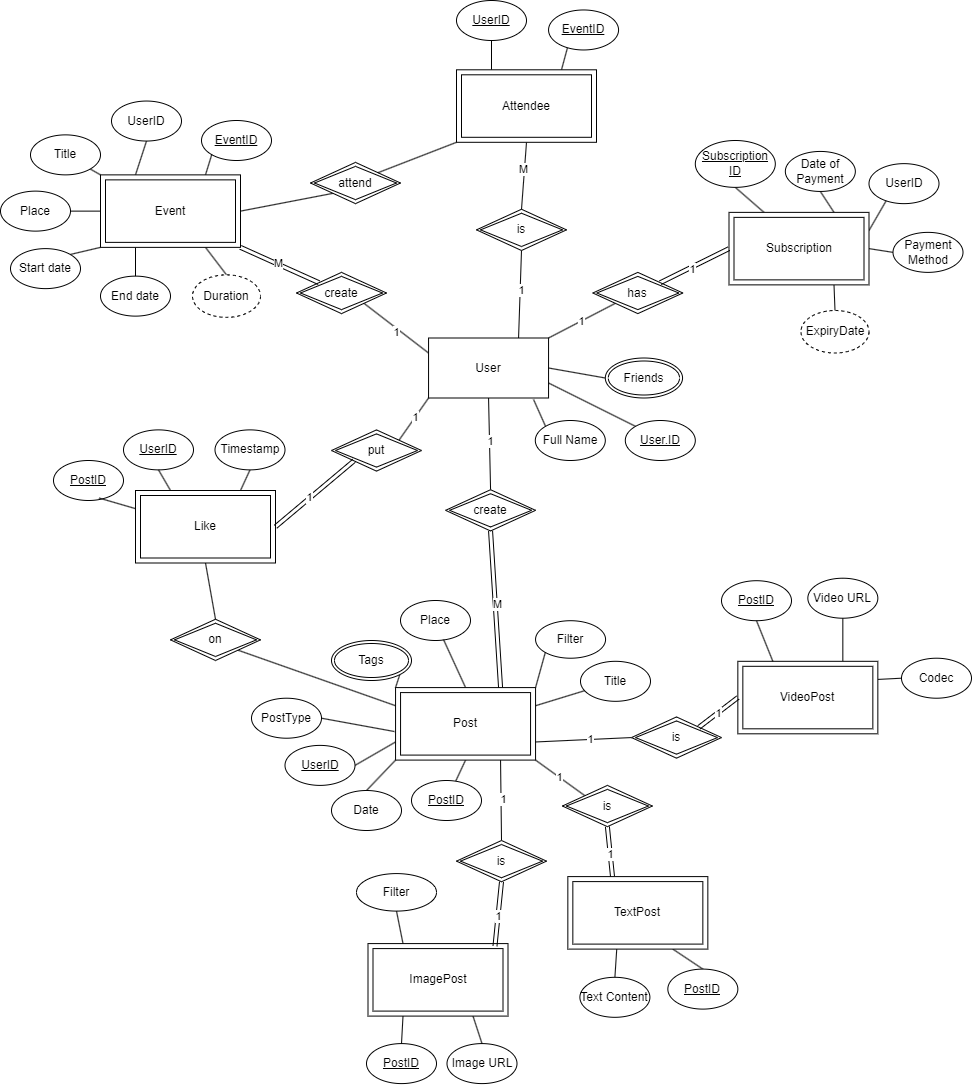
Earlier version of the draw.io export Media Platform/ERdiagram.png (OliverY1/database). Source tidied: cells renumbered, new cells last; positions are measured from the earlier drawing's top-left corner, leaving out a move shared by most shapes.
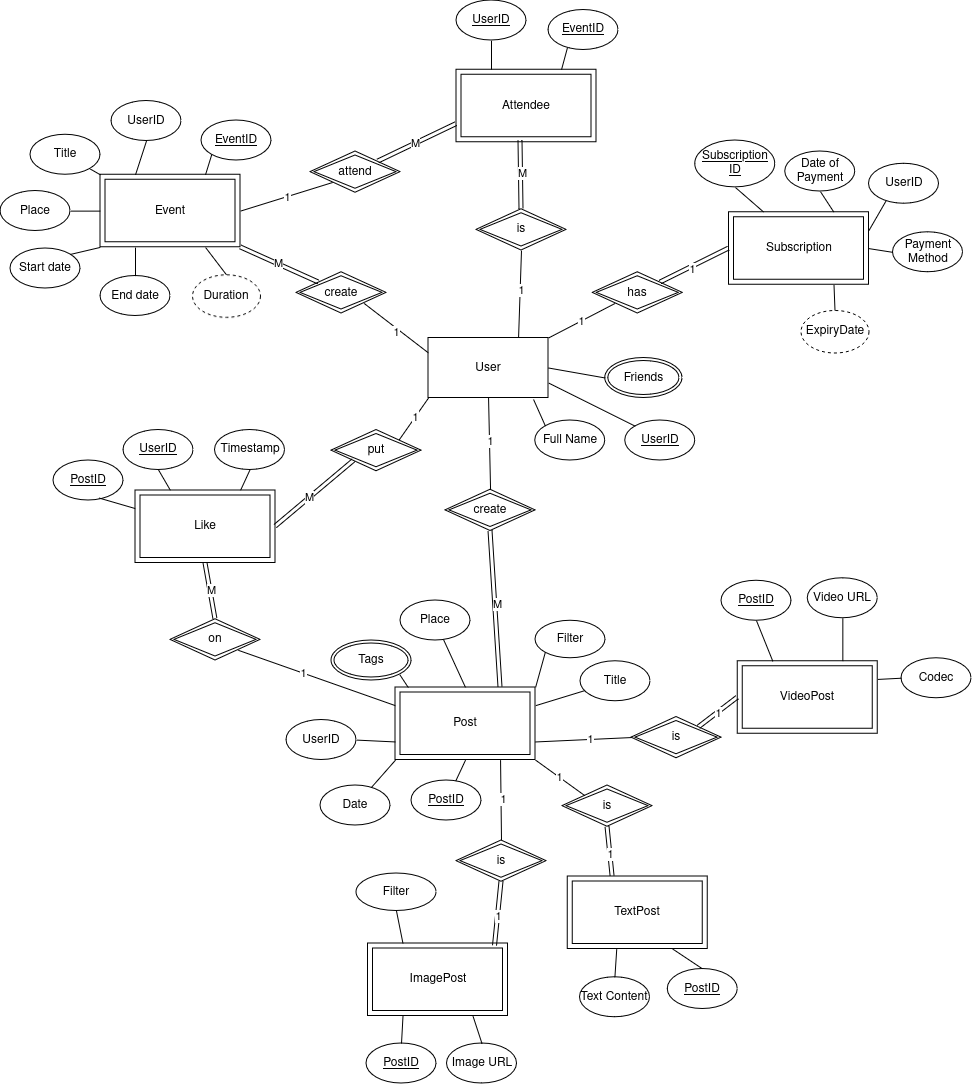
After the commit.

Change to the diagram source:
```diff
@@ -45,14 +45,6 @@
         <mxPoint x="-18" y="10" as="offset" />
       </mxGeometry>
     </mxCell>
-    <mxCell id="15" style="rounded=0;jettySize=auto;html=1;endArrow=none;endFill=0;entryX=0.5;entryY=0;entryDx=0;entryDy=0;exitX=0.5;exitY=1;exitDx=0;exitDy=0;" parent="1" edge="1" source="83" target="99">
-      <mxGeometry relative="1" as="geometry" />
-    </mxCell>
-    <mxCell id="16" value="M" style="edgeLabel;html=1;align=center;verticalAlign=middle;" parent="15" vertex="1">
-      <mxGeometry x="-0.21" y="-2" relative="1" as="geometry">
-        <mxPoint x="1" as="offset" />
-      </mxGeometry>
-    </mxCell>
     <mxCell id="17" style="rounded=0;jettySize=auto;html=1;exitX=0;exitY=1;exitDx=0;exitDy=0;endArrow=none;endFill=0;entryX=1;entryY=0;entryDx=0;entryDy=0;" parent="1" edge="1" source="21" target="101">
       <mxGeometry relative="1" as="geometry" />
     </mxCell>
@@ -85,7 +77,7 @@
     <mxCell id="26" value="Image URL" style="ellipse;whiteSpace=wrap;html=1;" parent="1" vertex="1">
       <mxGeometry x="446.5" y="1043.1" width="70" height="40" as="geometry" />
     </mxCell>
-    <mxCell id="27" value="&lt;u&gt;User.ID&lt;/u&gt;" style="ellipse;whiteSpace=wrap;html=1;" parent="1" vertex="1">
+    <mxCell id="27" value="&lt;u&gt;UserID&lt;/u&gt;" style="ellipse;whiteSpace=wrap;html=1;" parent="1" vertex="1">
       <mxGeometry x="624.8" y="420" width="70" height="40" as="geometry" />
     </mxCell>
     <mxCell id="28" value="Full Name" style="ellipse;whiteSpace=wrap;html=1;" parent="1" vertex="1">
@@ -187,32 +179,35 @@
     <mxCell id="60" style="rounded=0;jettySize=auto;html=1;exitX=0;exitY=0.75;exitDx=0;exitDy=0;entryX=1;entryY=0.5;entryDx=0;entryDy=0;endArrow=none;endFill=0;" parent="1" edge="1" source="86" target="67">
       <mxGeometry relative="1" as="geometry" />
     </mxCell>
-    <mxCell id="61" style="rounded=0;jettySize=auto;html=1;exitX=0;exitY=1;exitDx=0;exitDy=0;entryX=0.5;entryY=0;entryDx=0;entryDy=0;endArrow=none;endFill=0;" parent="1" edge="1" source="86" target="69">
+    <mxCell id="61" style="rounded=0;jettySize=auto;html=1;exitX=0;exitY=1;exitDx=0;exitDy=0;endArrow=none;endFill=0;" parent="1" edge="1" source="86" target="69">
       <mxGeometry relative="1" as="geometry" />
     </mxCell>
     <mxCell id="62" style="rounded=0;jettySize=auto;html=1;exitX=1;exitY=0.25;exitDx=0;exitDy=0;endArrow=none;endFill=0;" parent="1" edge="1" source="86" target="68">
       <mxGeometry relative="1" as="geometry" />
     </mxCell>
-    <mxCell id="63" style="rounded=0;jettySize=auto;html=1;exitX=0;exitY=0;exitDx=0;exitDy=0;endArrow=none;endFill=0;entryX=1;entryY=1;entryDx=0;entryDy=0;" parent="1" edge="1" source="86" target="92">
+    <mxCell id="63" style="rounded=0;jettySize=auto;html=1;exitX=0.1;exitY=0.026;exitDx=0;exitDy=0;endArrow=none;endFill=0;entryX=1;entryY=1;entryDx=0;entryDy=0;exitPerimeter=0;" parent="1" edge="1" source="86" target="92">
       <mxGeometry relative="1" as="geometry" />
     </mxCell>
     <mxCell id="64" style="rounded=0;jettySize=auto;html=1;exitX=0;exitY=0.25;exitDx=0;exitDy=0;endArrow=none;endFill=0;entryX=1;entryY=1;entryDx=0;entryDy=0;" parent="1" edge="1" source="86" target="100">
       <mxGeometry relative="1" as="geometry" />
     </mxCell>
+    <mxCell id="129" value="1" style="edgeLabel;html=1;align=center;verticalAlign=middle;" parent="64" vertex="1">
+      <mxGeometry x="0.17" relative="1" as="geometry" />
+    </mxCell>
     <mxCell id="65" value="Filter" style="ellipse;whiteSpace=wrap;html=1;" parent="1" vertex="1">
       <mxGeometry x="356" y="873.1" width="80" height="37.5" as="geometry" />
     </mxCell>
     <mxCell id="66" value="&lt;u&gt;PostID&lt;/u&gt;" style="ellipse;whiteSpace=wrap;html=1;" parent="1" vertex="1">
       <mxGeometry x="411" y="780" width="70" height="40" as="geometry" />
     </mxCell>
-    <mxCell id="67" value="&lt;u&gt;UserID&lt;/u&gt;" style="ellipse;whiteSpace=wrap;html=1;" parent="1" vertex="1">
-      <mxGeometry x="284.5" y="744.9" width="70" height="40" as="geometry" />
+    <mxCell id="67" value="UserID" style="ellipse;whiteSpace=wrap;html=1;" parent="1" vertex="1">
+      <mxGeometry x="286" y="719.6" width="70" height="40" as="geometry" />
     </mxCell>
     <mxCell id="68" value="Title" style="ellipse;whiteSpace=wrap;html=1;" parent="1" vertex="1">
       <mxGeometry x="580" y="660.8" width="70" height="40" as="geometry" />
     </mxCell>
     <mxCell id="69" value="Date" style="ellipse;whiteSpace=wrap;html=1;" parent="1" vertex="1">
-      <mxGeometry x="331" y="790" width="70" height="40" as="geometry" />
+      <mxGeometry x="320" y="784.9" width="70" height="40" as="geometry" />
     </mxCell>
     <mxCell id="70" value="Filter" style="ellipse;whiteSpace=wrap;html=1;" parent="1" vertex="1">
       <mxGeometry x="535.1" y="620.2" width="70" height="37.5" as="geometry" />
@@ -258,9 +253,6 @@
     <mxCell id="83" value="Attendee" style="shape=ext;margin=3;double=1;whiteSpace=wrap;html=1;align=center;" parent="1" vertex="1">
       <mxGeometry x="456" y="69.3" width="140" height="72.5" as="geometry" />
     </mxCell>
-    <mxCell id="84" style="rounded=0;jettySize=auto;html=1;exitX=0.5;exitY=1;exitDx=0;exitDy=0;entryX=0.5;entryY=0;entryDx=0;entryDy=0;endArrow=none;endFill=0;" parent="1" edge="1" source="85" target="100">
-      <mxGeometry relative="1" as="geometry" />
-    </mxCell>
     <mxCell id="85" value="Like" style="shape=ext;margin=3;double=1;whiteSpace=wrap;html=1;align=center;" parent="1" vertex="1">
       <mxGeometry x="135" y="490" width="140" height="72.5" as="geometry" />
     </mxCell>
@@ -324,13 +316,16 @@
     <mxCell id="105" style="rounded=0;jettySize=auto;html=1;exitX=0;exitY=1;exitDx=0;exitDy=0;entryX=1;entryY=0.5;entryDx=0;entryDy=0;endArrow=none;endFill=0;" parent="1" edge="1" source="106" target="124">
       <mxGeometry relative="1" as="geometry" />
     </mxCell>
+    <mxCell id="130" value="1" style="edgeLabel;html=1;align=center;verticalAlign=middle;" parent="105" vertex="1">
+      <mxGeometry x="-0.01" relative="1" as="geometry" />
+    </mxCell>
     <mxCell id="106" value="attend" style="shape=rhombus;double=1;perimeter=rhombusPerimeter;whiteSpace=wrap;html=1;align=center;" parent="1" vertex="1">
-      <mxGeometry x="310" y="161.9" width="90" height="41.3" as="geometry" />
+      <mxGeometry x="310" y="150.9" width="90" height="41.3" as="geometry" />
     </mxCell>
     <mxCell id="107" style="shape=link;html=1;rounded=0;exitX=1;exitY=0.5;exitDx=0;exitDy=0;entryX=0;entryY=1;entryDx=0;entryDy=0;" parent="1" edge="1" source="85" target="101">
       <mxGeometry relative="1" as="geometry" />
     </mxCell>
-    <mxCell id="108" value="1" style="edgeLabel;html=1;align=center;verticalAlign=middle;" parent="107" vertex="1">
+    <mxCell id="108" value="M" style="edgeLabel;html=1;align=center;verticalAlign=middle;" parent="107" vertex="1">
       <mxGeometry x="-0.11" y="1" relative="1" as="geometry" />
     </mxCell>
     <mxCell id="109" style="shape=link;html=1;rounded=0;exitX=0.75;exitY=0;exitDx=0;exitDy=0;entryX=0.5;entryY=1;entryDx=0;entryDy=0;" parent="1" edge="1" source="86" target="102">
@@ -369,9 +364,6 @@
     <mxCell id="120" value="1" style="edgeLabel;html=1;align=center;verticalAlign=middle;" parent="119" vertex="1">
       <mxGeometry x="0.04" relative="1" as="geometry" />
     </mxCell>
-    <mxCell id="121" style="rounded=0;jettySize=auto;html=1;entryX=0;entryY=1;entryDx=0;entryDy=0;endArrow=none;endFill=0;exitX=1;exitY=0;exitDx=0;exitDy=0;" parent="1" edge="1" source="106" target="83">
-      <mxGeometry relative="1" as="geometry" />
-    </mxCell>
     <mxCell id="122" style="rounded=0;jettySize=auto;html=1;exitX=0.75;exitY=0;exitDx=0;exitDy=0;entryX=0;entryY=1;entryDx=0;entryDy=0;endArrow=none;endFill=0;" parent="1" edge="1" source="124" target="42">
       <mxGeometry relative="1" as="geometry" />
     </mxCell>
@@ -381,17 +373,29 @@
     <mxCell id="124" value="Event" style="shape=ext;margin=3;double=1;whiteSpace=wrap;html=1;align=center;" parent="1" vertex="1">
       <mxGeometry x="100" y="174.4" width="140" height="72.5" as="geometry" />
     </mxCell>
-    <mxCell id="125" value="PostType" style="ellipse;whiteSpace=wrap;html=1;" parent="1" vertex="1">
-      <mxGeometry x="251" y="697.7" width="70" height="40" as="geometry" />
-    </mxCell>
-    <mxCell id="126" style="rounded=0;jettySize=auto;html=1;exitX=1;exitY=0.5;exitDx=0;exitDy=0;entryX=-0.008;entryY=0.606;entryDx=0;entryDy=0;entryPerimeter=0;endArrow=none;endFill=0;" parent="1" edge="1" source="125" target="86">
-      <mxGeometry relative="1" as="geometry" />
-    </mxCell>
     <mxCell id="127" value="Duration" style="ellipse;whiteSpace=wrap;html=1;align=center;dashed=1;" parent="1" vertex="1">
       <mxGeometry x="192" y="274.4" width="68" height="42.5" as="geometry" />
     </mxCell>
     <mxCell id="128" value="ExpiryDate" style="ellipse;whiteSpace=wrap;html=1;align=center;dashed=1;" parent="1" vertex="1">
       <mxGeometry x="800.5" y="310" width="68" height="42.5" as="geometry" />
     </mxCell>
+    <mxCell id="131" style="shape=link;html=1;rounded=0;exitX=0.5;exitY=0;exitDx=0;exitDy=0;entryX=0.457;entryY=0.975;entryDx=0;entryDy=0;entryPerimeter=0;" parent="1" edge="1" source="99" target="83">
+      <mxGeometry relative="1" as="geometry" />
+    </mxCell>
+    <mxCell id="132" value="M" style="edgeLabel;html=1;align=center;verticalAlign=middle;" parent="131" vertex="1">
+      <mxGeometry x="0.04" y="-1" relative="1" as="geometry" />
+    </mxCell>
+    <mxCell id="133" style="shape=link;html=1;rounded=0;exitX=0;exitY=0.75;exitDx=0;exitDy=0;entryX=1;entryY=0;entryDx=0;entryDy=0;" parent="1" edge="1" source="83" target="106">
+      <mxGeometry relative="1" as="geometry" />
+    </mxCell>
+    <mxCell id="134" value="M" style="edgeLabel;html=1;align=center;verticalAlign=middle;" parent="133" vertex="1">
+      <mxGeometry x="0.04" y="-1" relative="1" as="geometry" />
+    </mxCell>
+    <mxCell id="135" style="shape=link;html=1;rounded=0;exitX=0.5;exitY=0;exitDx=0;exitDy=0;entryX=0.5;entryY=1;entryDx=0;entryDy=0;" parent="1" edge="1" source="100" target="85">
+      <mxGeometry relative="1" as="geometry" />
+    </mxCell>
+    <mxCell id="136" value="M" style="edgeLabel;html=1;align=center;verticalAlign=middle;" parent="135" vertex="1">
+      <mxGeometry x="0.04" y="-1" relative="1" as="geometry" />
+    </mxCell>
   </root>
 </mxGraphModel>
```
